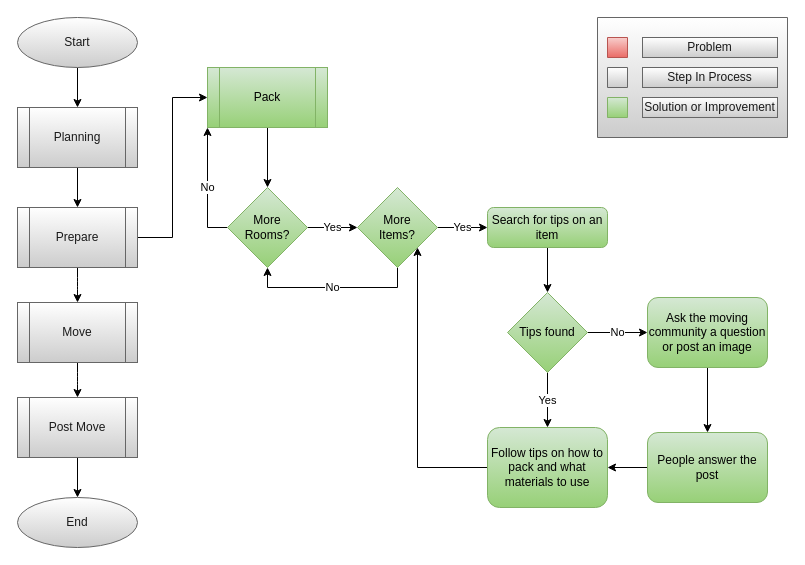
The draw.io diagram page "Packing" (3 of 5) of Documents/flow_diagrams/Solution_Flow.drawio in LP-76/load.in, before the edit. Source tidied: cells renumbered, new cells numbered last; positions are measured from the earlier drawing's top-left corner, leaving out a move shared by most shapes. Both pictures are drawn from the tidied source at 100%, with x=0, y=0 at pixel (17, 17).
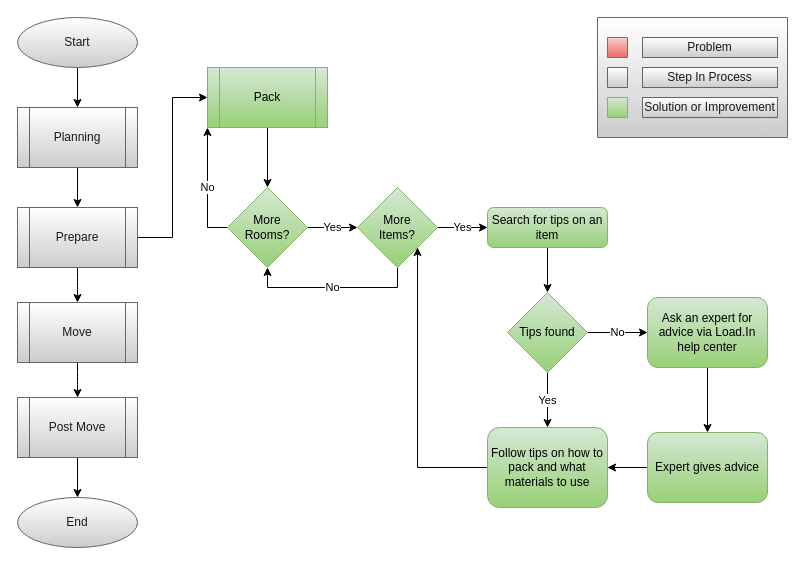
The same diagram, later.

The edit, as a diff of the source:
```diff
@@
-    <mxCell id="38" value="Ask the moving community a question or post an image" style="rounded=1;whiteSpace=wrap;html=1;fontSize=12;glass=0;strokeWidth=1;shadow=0;gradientColor=#97d077;fillColor=#d5e8d4;strokeColor=#82b366;" parent="1" vertex="1">
+    <mxCell id="38" value="Ask an expert for advice via Load.In help center" style="rounded=1;whiteSpace=wrap;html=1;fontSize=12;glass=0;strokeWidth=1;shadow=0;gradientColor=#97d077;fillColor=#d5e8d4;strokeColor=#82b366;" parent="1" vertex="1">
       <mxGeometry x="630" y="280" width="120" height="70" as="geometry" />
     </mxCell>
@@
-    <mxCell id="40" value="People answer the post" style="rounded=1;whiteSpace=wrap;html=1;fontSize=12;glass=0;strokeWidth=1;shadow=0;gradientColor=#97d077;fillColor=#d5e8d4;strokeColor=#82b366;" parent="1" vertex="1">
+    <mxCell id="40" value="Expert gives advice" style="rounded=1;whiteSpace=wrap;html=1;fontSize=12;glass=0;strokeWidth=1;shadow=0;gradientColor=#97d077;fillColor=#d5e8d4;strokeColor=#82b366;" parent="1" vertex="1">
       <mxGeometry x="630" y="415" width="120" height="70" as="geometry" />
     </mxCell>
```
